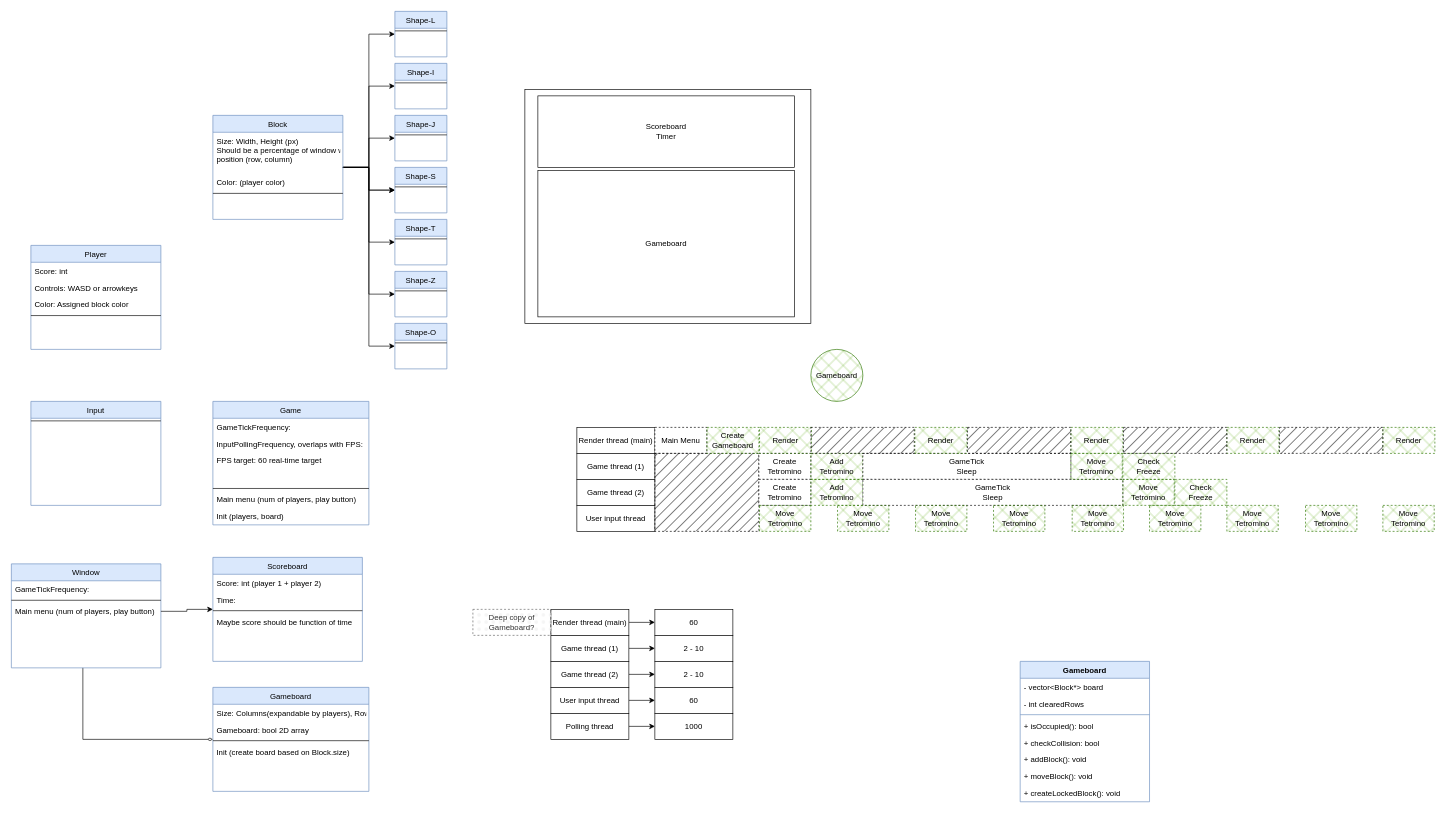
Earlier version of the draw.io diagram page "Classes and UI" (1 of 2) of Concurrent Tetris Class Diagram.drawio (MennoScholten/RTS2_20220524). Source tidied: cells renumbered, new cells numbered last; positions are measured from the earlier drawing's top-left corner, leaving out a move shared by most shapes. Both pictures are drawn from the tidied source at 65%, with x=0, y=0 at pixel (11, 11).
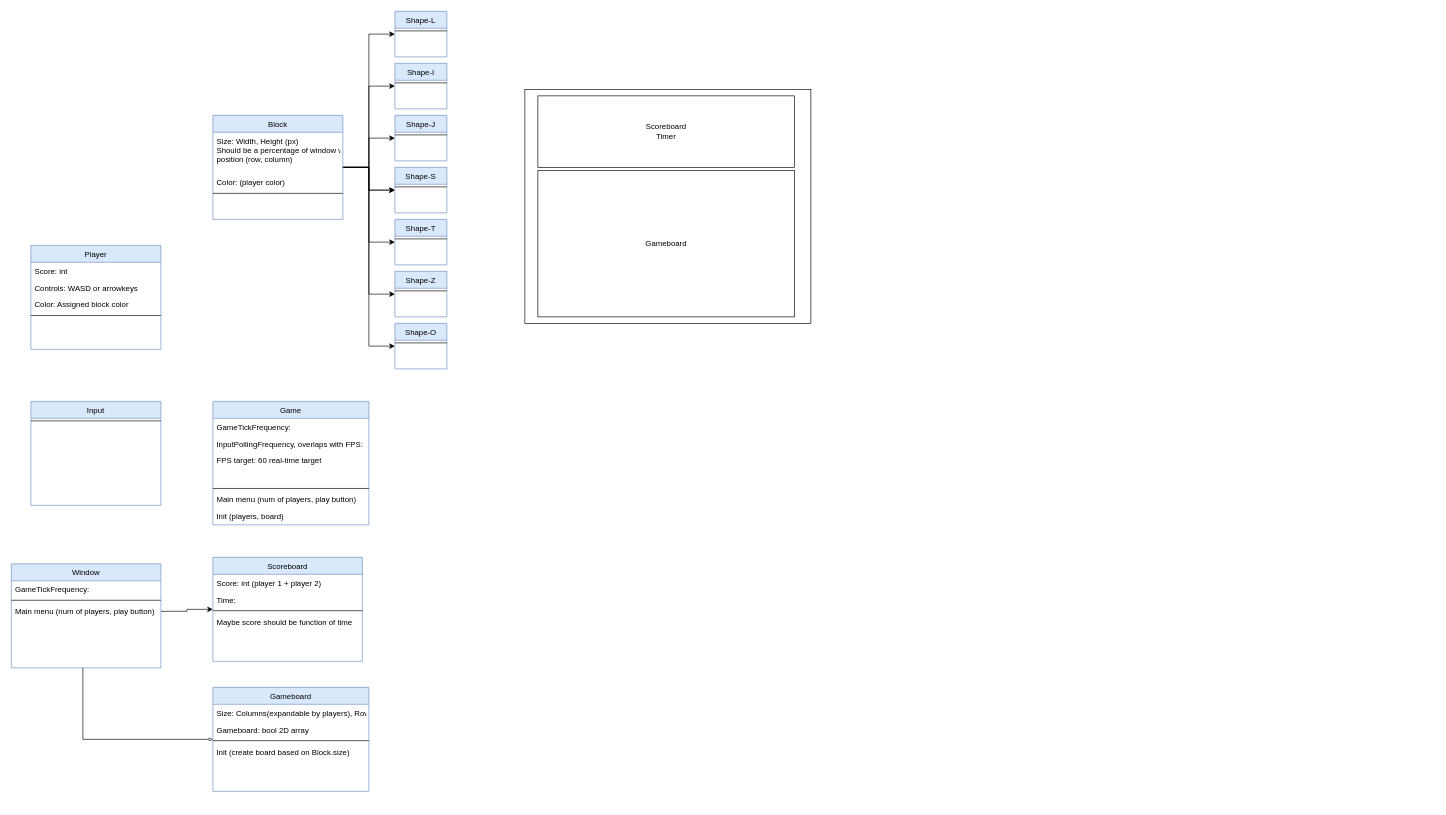
The same page after the edit.

Commit message (it also covers changes not shown here):
Changed grid color, changed background to gradient (probably not final) Added task graph to drawio

The edit, as a diff of the source:
```diff
@@
-    <mxCell id="61" value="Render thread (main)" style="rounded=0;whiteSpace=wrap;html=1;" parent="1" vertex="1">
-      <mxGeometry x="870" y="640" width="120" height="40" as="geometry" />
-    </mxCell>
-    <mxCell id="62" value="Game thread (1)" style="rounded=0;whiteSpace=wrap;html=1;" parent="1" vertex="1">
-      <mxGeometry x="870" y="680" width="120" height="40" as="geometry" />
-    </mxCell>
-    <mxCell id="63" value="Game thread (2)" style="rounded=0;whiteSpace=wrap;html=1;" parent="1" vertex="1">
-      <mxGeometry x="870" y="720" width="120" height="40" as="geometry" />
-    </mxCell>
-    <mxCell id="64" value="User input thread" style="rounded=0;whiteSpace=wrap;html=1;" parent="1" vertex="1">
-      <mxGeometry x="870" y="760" width="120" height="40" as="geometry" />
-    </mxCell>
-    <mxCell id="65" value="Gameboard" style="swimlane;fontStyle=1;align=center;verticalAlign=top;horizontal=1;startSize=26;whiteSpace=wrap;html=1;fillColor=#dae8fc;strokeColor=#6c8ebf;" parent="1" vertex="1">
-      <mxGeometry x="1552" y="1000" width="199" height="216" as="geometry" />
-    </mxCell>
-    <mxCell id="66" value="- vector&amp;lt;Block*&amp;gt; board" style="text;strokeColor=none;fillColor=none;align=left;verticalAlign=top;spacingLeft=4;spacingRight=4;overflow=hidden;whiteSpace=wrap;html=1;" parent="65" vertex="1">
-      <mxGeometry y="26" width="199" height="26" as="geometry" />
-    </mxCell>
-    <mxCell id="67" value="- int clearedRows" style="text;strokeColor=none;fillColor=none;align=left;verticalAlign=top;spacingLeft=4;spacingRight=4;overflow=hidden;whiteSpace=wrap;html=1;" parent="65" vertex="1">
-      <mxGeometry y="52" width="199" height="26" as="geometry" />
-    </mxCell>
-    <mxCell id="68" style="line;strokeWidth=1;fillColor=none;align=left;verticalAlign=middle;spacingTop=-1;spacingLeft=3;spacingRight=3;labelPosition=right;strokeColor=inherit;" parent="65" vertex="1">
-      <mxGeometry y="78" width="199" height="8" as="geometry" />
-    </mxCell>
-    <mxCell id="69" value="+ isOccupied(): bool" style="text;strokeColor=none;fillColor=none;align=left;verticalAlign=top;spacingLeft=4;spacingRight=4;overflow=hidden;whiteSpace=wrap;html=1;" parent="65" vertex="1">
-      <mxGeometry y="86" width="199" height="26" as="geometry" />
-    </mxCell>
-    <mxCell id="70" value="+ checkCollision: bool" style="text;strokeColor=none;fillColor=none;align=left;verticalAlign=top;spacingLeft=4;spacingRight=4;overflow=hidden;whiteSpace=wrap;html=1;" parent="65" vertex="1">
-      <mxGeometry y="112" width="199" height="26" as="geometry" />
-    </mxCell>
-    <mxCell id="71" value="+ addBlock(): void" style="text;strokeColor=none;fillColor=none;align=left;verticalAlign=top;spacingLeft=4;spacingRight=4;overflow=hidden;whiteSpace=wrap;html=1;" parent="65" vertex="1">
-      <mxGeometry y="138" width="199" height="26" as="geometry" />
-    </mxCell>
-    <mxCell id="72" value="+ moveBlock(): void" style="text;strokeColor=none;fillColor=none;align=left;verticalAlign=top;spacingLeft=4;spacingRight=4;overflow=hidden;whiteSpace=wrap;html=1;" parent="65" vertex="1">
-      <mxGeometry y="164" width="199" height="26" as="geometry" />
-    </mxCell>
-    <mxCell id="73" value="+ createLockedBlock(): void" style="text;strokeColor=none;fillColor=none;align=left;verticalAlign=top;spacingLeft=4;spacingRight=4;overflow=hidden;whiteSpace=wrap;html=1;" parent="65" vertex="1">
-      <mxGeometry y="190" width="199" height="26" as="geometry" />
-    </mxCell>
-    <mxCell id="74" value="Main Menu" style="rounded=0;whiteSpace=wrap;html=1;dashed=1;" parent="1" vertex="1">
-      <mxGeometry x="990" y="640" width="80" height="40" as="geometry" />
-    </mxCell>
-    <mxCell id="75" style="rounded=0;whiteSpace=wrap;html=1;dashed=1;fillStyle=hatch;fillColor=#000000;gradientColor=none;" parent="1" vertex="1">
-      <mxGeometry x="990" y="680" width="160" height="120" as="geometry" />
-    </mxCell>
-    <mxCell id="76" value="Create&lt;br&gt;Tetromino" style="rounded=0;whiteSpace=wrap;html=1;dashed=1;" parent="1" vertex="1">
-      <mxGeometry x="1150" y="680" width="80" height="40" as="geometry" />
-    </mxCell>
-    <mxCell id="77" value="Create&lt;br&gt;Tetromino" style="rounded=0;whiteSpace=wrap;html=1;dashed=1;" parent="1" vertex="1">
-      <mxGeometry x="1150" y="720" width="80" height="40" as="geometry" />
-    </mxCell>
-    <mxCell id="78" value="Gameboard" style="ellipse;whiteSpace=wrap;html=1;fillColor=#60a917;strokeColor=#2D7600;fillStyle=cross-hatch;fontColor=default;" parent="1" vertex="1">
-      <mxGeometry x="1230" y="520" width="80" height="80" as="geometry" />
-    </mxCell>
-    <mxCell id="79" value="Add &lt;br&gt;Tetromino" style="rounded=0;whiteSpace=wrap;html=1;dashed=1;fillColor=#60a917;strokeColor=#2D7600;fillStyle=cross-hatch;fontColor=default;" parent="1" vertex="1">
-      <mxGeometry x="1230" y="680" width="80" height="40" as="geometry" />
-    </mxCell>
-    <mxCell id="80" value="Add &lt;br&gt;Tetromino" style="rounded=0;whiteSpace=wrap;html=1;dashed=1;fillColor=#60a917;strokeColor=#2D7600;fillStyle=cross-hatch;fontColor=default;" parent="1" vertex="1">
-      <mxGeometry x="1230" y="720" width="80" height="40" as="geometry" />
-    </mxCell>
-    <mxCell id="81" value="Create&lt;br&gt;Gameboard" style="rounded=0;whiteSpace=wrap;html=1;dashed=1;fillStyle=cross-hatch;fillColor=#60a917;strokeColor=#2D7600;fontColor=default;" parent="1" vertex="1">
-      <mxGeometry x="1070" y="640" width="80" height="40" as="geometry" />
-    </mxCell>
-    <mxCell id="82" value="GameTick&lt;br&gt;Sleep" style="rounded=0;whiteSpace=wrap;html=1;dashed=1;" parent="1" vertex="1">
-      <mxGeometry x="1310" y="680" width="320" height="40" as="geometry" />
-    </mxCell>
-    <mxCell id="83" value="GameTick&lt;br&gt;Sleep" style="rounded=0;whiteSpace=wrap;html=1;dashed=1;" parent="1" vertex="1">
-      <mxGeometry x="1310" y="720" width="400" height="40" as="geometry" />
-    </mxCell>
-    <mxCell id="84" value="Check&lt;br&gt;Freeze" style="rounded=0;whiteSpace=wrap;html=1;dashed=1;fillColor=#60a917;strokeColor=#2D7600;fillStyle=cross-hatch;fontColor=default;" parent="1" vertex="1">
-      <mxGeometry x="1710" y="680" width="80" height="40" as="geometry" />
-    </mxCell>
-    <mxCell id="85" value="Render" style="rounded=0;whiteSpace=wrap;html=1;dashed=1;fillStyle=cross-hatch;fillColor=#60a917;strokeColor=#2D7600;fontColor=default;" parent="1" vertex="1">
-      <mxGeometry x="1151" y="640" width="80" height="40" as="geometry" />
-    </mxCell>
-    <mxCell id="86" value="Render" style="rounded=0;whiteSpace=wrap;html=1;dashed=1;fillStyle=cross-hatch;fillColor=#60a917;strokeColor=#2D7600;fontColor=default;" parent="1" vertex="1">
-      <mxGeometry x="1390" y="640" width="80" height="40" as="geometry" />
-    </mxCell>
-    <mxCell id="87" value="Render" style="rounded=0;whiteSpace=wrap;html=1;dashed=1;fillStyle=cross-hatch;fillColor=#60a917;strokeColor=#2D7600;fontColor=default;" parent="1" vertex="1">
-      <mxGeometry x="1870" y="640" width="80" height="40" as="geometry" />
-    </mxCell>
-    <mxCell id="88" value="Render" style="rounded=0;whiteSpace=wrap;html=1;dashed=1;fillStyle=cross-hatch;fillColor=#60a917;strokeColor=#2D7600;fontColor=default;" parent="1" vertex="1">
-      <mxGeometry x="2110" y="640" width="80" height="40" as="geometry" />
-    </mxCell>
-    <mxCell id="89" value="Render" style="rounded=0;whiteSpace=wrap;html=1;dashed=1;fillStyle=cross-hatch;fillColor=#60a917;strokeColor=#2D7600;fontColor=default;" parent="1" vertex="1">
-      <mxGeometry x="1630" y="640" width="80" height="40" as="geometry" />
-    </mxCell>
-    <mxCell id="90" style="rounded=0;whiteSpace=wrap;html=1;dashed=1;fillStyle=hatch;fillColor=#000000;gradientColor=none;" parent="1" vertex="1">
-      <mxGeometry x="1230" y="640" width="159" height="40" as="geometry" />
-    </mxCell>
-    <mxCell id="91" style="rounded=0;whiteSpace=wrap;html=1;dashed=1;fillStyle=hatch;fillColor=#000000;gradientColor=none;" parent="1" vertex="1">
-      <mxGeometry x="1471" y="640" width="159" height="40" as="geometry" />
-    </mxCell>
-    <mxCell id="92" style="rounded=0;whiteSpace=wrap;html=1;dashed=1;fillStyle=hatch;fillColor=#000000;gradientColor=none;" parent="1" vertex="1">
-      <mxGeometry x="1711" y="640" width="159" height="40" as="geometry" />
-    </mxCell>
-    <mxCell id="93" style="rounded=0;whiteSpace=wrap;html=1;dashed=1;fillStyle=hatch;fillColor=#000000;gradientColor=none;" parent="1" vertex="1">
-      <mxGeometry x="1951" y="640" width="159" height="40" as="geometry" />
-    </mxCell>
-    <mxCell id="94" value="Move&lt;br&gt;Tetromino" style="rounded=0;whiteSpace=wrap;html=1;dashed=1;fillColor=#60a917;strokeColor=#2D7600;fillStyle=cross-hatch;fontColor=default;" parent="1" vertex="1">
-      <mxGeometry x="1151" y="760" width="79" height="40" as="geometry" />
-    </mxCell>
-    <mxCell id="95" value="Move&lt;br&gt;Tetromino" style="rounded=0;whiteSpace=wrap;html=1;dashed=1;fillColor=#60a917;strokeColor=#2D7600;fillStyle=cross-hatch;fontColor=default;" parent="1" vertex="1">
-      <mxGeometry x="1271" y="760" width="79" height="40" as="geometry" />
-    </mxCell>
-    <mxCell id="96" value="Move&lt;br&gt;Tetromino" style="rounded=0;whiteSpace=wrap;html=1;dashed=1;fillColor=#60a917;strokeColor=#2D7600;fillStyle=cross-hatch;fontColor=default;" parent="1" vertex="1">
-      <mxGeometry x="1391" y="760" width="79" height="40" as="geometry" />
-    </mxCell>
-    <mxCell id="97" value="Move&lt;br&gt;Tetromino" style="rounded=0;whiteSpace=wrap;html=1;dashed=1;fillColor=#60a917;strokeColor=#2D7600;fillStyle=cross-hatch;fontColor=default;" parent="1" vertex="1">
-      <mxGeometry x="1511" y="760" width="79" height="40" as="geometry" />
-    </mxCell>
-    <mxCell id="98" value="Move&lt;br&gt;Tetromino" style="rounded=0;whiteSpace=wrap;html=1;dashed=1;fillColor=#60a917;strokeColor=#2D7600;fillStyle=cross-hatch;fontColor=default;" parent="1" vertex="1">
-      <mxGeometry x="1632" y="760" width="79" height="40" as="geometry" />
-    </mxCell>
-    <mxCell id="99" value="Move&lt;br&gt;Tetromino" style="rounded=0;whiteSpace=wrap;html=1;dashed=1;fillColor=#60a917;strokeColor=#2D7600;fillStyle=cross-hatch;fontColor=default;" parent="1" vertex="1">
-      <mxGeometry x="1751" y="760" width="79" height="40" as="geometry" />
-    </mxCell>
-    <mxCell id="100" value="Move&lt;br&gt;Tetromino" style="rounded=0;whiteSpace=wrap;html=1;dashed=1;fillColor=#60a917;strokeColor=#2D7600;fillStyle=cross-hatch;fontColor=default;" parent="1" vertex="1">
-      <mxGeometry x="1870" y="760" width="79" height="40" as="geometry" />
-    </mxCell>
-    <mxCell id="101" value="Move&lt;br&gt;Tetromino" style="rounded=0;whiteSpace=wrap;html=1;dashed=1;fillColor=#60a917;strokeColor=#2D7600;fillStyle=cross-hatch;fontColor=default;" parent="1" vertex="1">
-      <mxGeometry x="1991" y="760" width="79" height="40" as="geometry" />
-    </mxCell>
-    <mxCell id="102" value="Move&lt;br&gt;Tetromino" style="rounded=0;whiteSpace=wrap;html=1;dashed=1;fillColor=#60a917;strokeColor=#2D7600;fillStyle=cross-hatch;fontColor=default;" parent="1" vertex="1">
-      <mxGeometry x="2110" y="760" width="79" height="40" as="geometry" />
-    </mxCell>
-    <mxCell id="103" value="Check&lt;br&gt;Freeze" style="rounded=0;whiteSpace=wrap;html=1;dashed=1;fillColor=#60a917;strokeColor=#2D7600;fillStyle=cross-hatch;fontColor=default;" parent="1" vertex="1">
-      <mxGeometry x="1790" y="720" width="80" height="40" as="geometry" />
-    </mxCell>
-    <mxCell id="104" value="Move&lt;br&gt;Tetromino" style="rounded=0;whiteSpace=wrap;html=1;dashed=1;fillColor=#60a917;strokeColor=#2D7600;fillStyle=cross-hatch;fontColor=default;" parent="1" vertex="1">
-      <mxGeometry x="1630" y="680" width="79" height="40" as="geometry" />
-    </mxCell>
-    <mxCell id="105" value="Move&lt;br&gt;Tetromino" style="rounded=0;whiteSpace=wrap;html=1;dashed=1;fillColor=#60a917;strokeColor=#2D7600;fillStyle=cross-hatch;fontColor=default;" parent="1" vertex="1">
-      <mxGeometry x="1710" y="720" width="79" height="40" as="geometry" />
-    </mxCell>
-    <mxCell id="106" style="edgeStyle=orthogonalEdgeStyle;rounded=0;jettySize=auto;html=1;" parent="1" edge="1" source="107" target="114">
-      <mxGeometry relative="1" as="geometry" />
-    </mxCell>
-    <mxCell id="107" value="Render thread (main)" style="rounded=0;whiteSpace=wrap;html=1;" parent="1" vertex="1">
-      <mxGeometry x="830" y="920" width="120" height="40" as="geometry" />
-    </mxCell>
-    <mxCell id="108" style="edgeStyle=orthogonalEdgeStyle;rounded=0;jettySize=auto;html=1;" parent="1" edge="1" source="109" target="115">
-      <mxGeometry relative="1" as="geometry" />
-    </mxCell>
-    <mxCell id="109" value="Game thread (1)" style="rounded=0;whiteSpace=wrap;html=1;" parent="1" vertex="1">
-      <mxGeometry x="830" y="960" width="120" height="40" as="geometry" />
-    </mxCell>
-    <mxCell id="110" style="edgeStyle=orthogonalEdgeStyle;rounded=0;jettySize=auto;html=1;" parent="1" edge="1" source="111" target="116">
-      <mxGeometry relative="1" as="geometry" />
-    </mxCell>
-    <mxCell id="111" value="Game thread (2)" style="rounded=0;whiteSpace=wrap;html=1;" parent="1" vertex="1">
-      <mxGeometry x="830" y="1000" width="120" height="40" as="geometry" />
-    </mxCell>
-    <mxCell id="112" style="edgeStyle=orthogonalEdgeStyle;rounded=0;jettySize=auto;html=1;" parent="1" edge="1" source="113" target="117">
-      <mxGeometry relative="1" as="geometry" />
-    </mxCell>
-    <mxCell id="113" value="User input thread" style="rounded=0;whiteSpace=wrap;html=1;" parent="1" vertex="1">
-      <mxGeometry x="830" y="1040" width="120" height="40" as="geometry" />
-    </mxCell>
-    <mxCell id="114" value="60" style="rounded=0;whiteSpace=wrap;html=1;" parent="1" vertex="1">
-      <mxGeometry x="990" y="920" width="120" height="40" as="geometry" />
-    </mxCell>
-    <mxCell id="115" value="2 - 10" style="rounded=0;whiteSpace=wrap;html=1;" parent="1" vertex="1">
-      <mxGeometry x="990" y="960" width="120" height="40" as="geometry" />
-    </mxCell>
-    <mxCell id="116" value="2 - 10" style="rounded=0;whiteSpace=wrap;html=1;" parent="1" vertex="1">
-      <mxGeometry x="990" y="1000" width="120" height="40" as="geometry" />
-    </mxCell>
-    <mxCell id="117" value="60" style="rounded=0;whiteSpace=wrap;html=1;" parent="1" vertex="1">
-      <mxGeometry x="990" y="1040" width="120" height="40" as="geometry" />
-    </mxCell>
-    <mxCell id="118" value="Deep copy of Gameboard?" style="rounded=0;whiteSpace=wrap;html=1;fillStyle=dots;fillColor=#f5f5f5;fontColor=#333333;strokeColor=#666666;dashed=1;" parent="1" vertex="1">
-      <mxGeometry x="710" y="920" width="120" height="40" as="geometry" />
-    </mxCell>
-    <mxCell id="119" style="edgeStyle=orthogonalEdgeStyle;rounded=0;jettySize=auto;html=1;" parent="1" edge="1" source="120" target="121">
-      <mxGeometry relative="1" as="geometry" />
-    </mxCell>
-    <mxCell id="120" value="Polling thread" style="rounded=0;whiteSpace=wrap;html=1;" parent="1" vertex="1">
-      <mxGeometry x="830" y="1080" width="120" height="40" as="geometry" />
-    </mxCell>
-    <mxCell id="121" value="1000" style="rounded=0;whiteSpace=wrap;html=1;" parent="1" vertex="1">
-      <mxGeometry x="990" y="1080" width="120" height="40" as="geometry" />
-    </mxCell>
```
